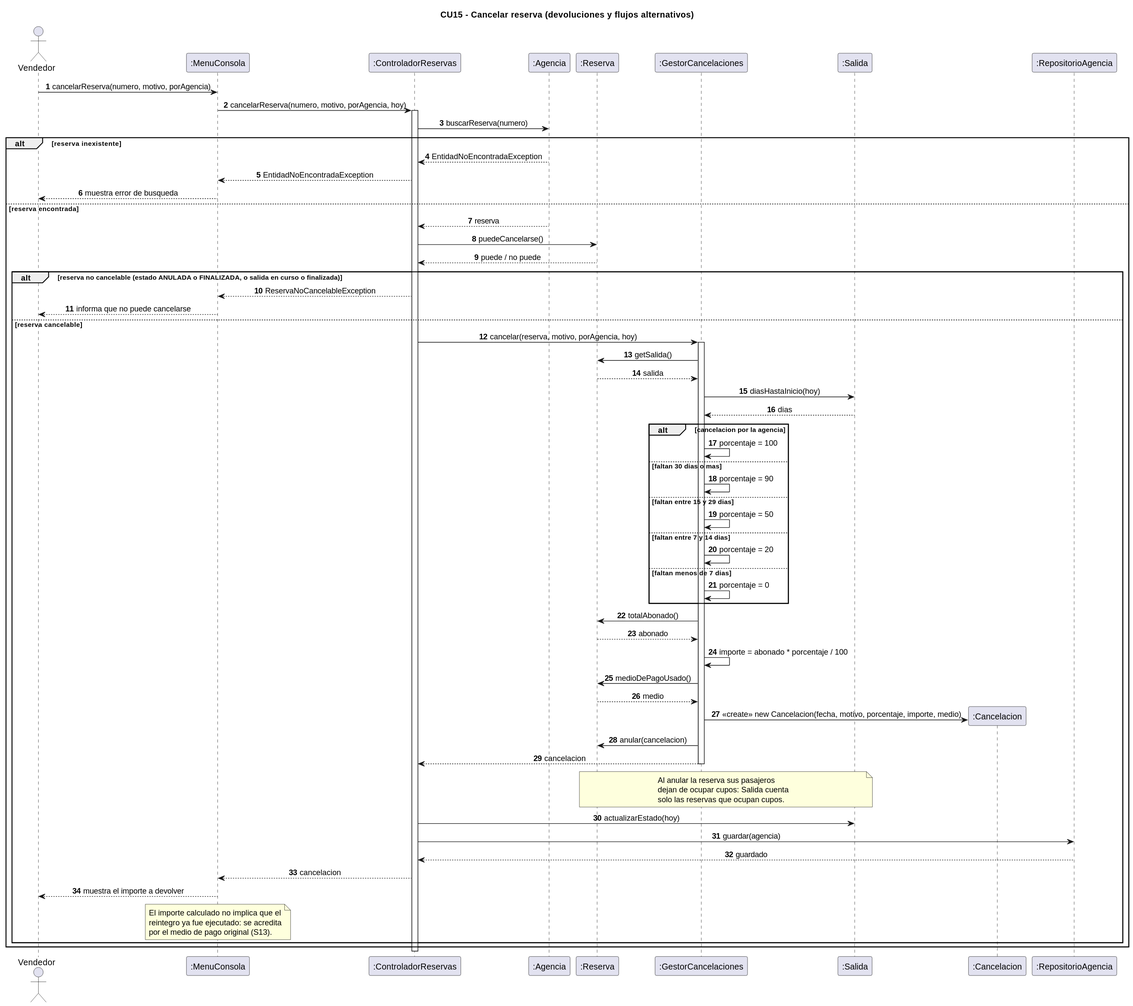
Earlier version of the PlantUML export docs/uml/03-secuencia-cancelar-reserva.svg (CarlosDanielOK/Avion).
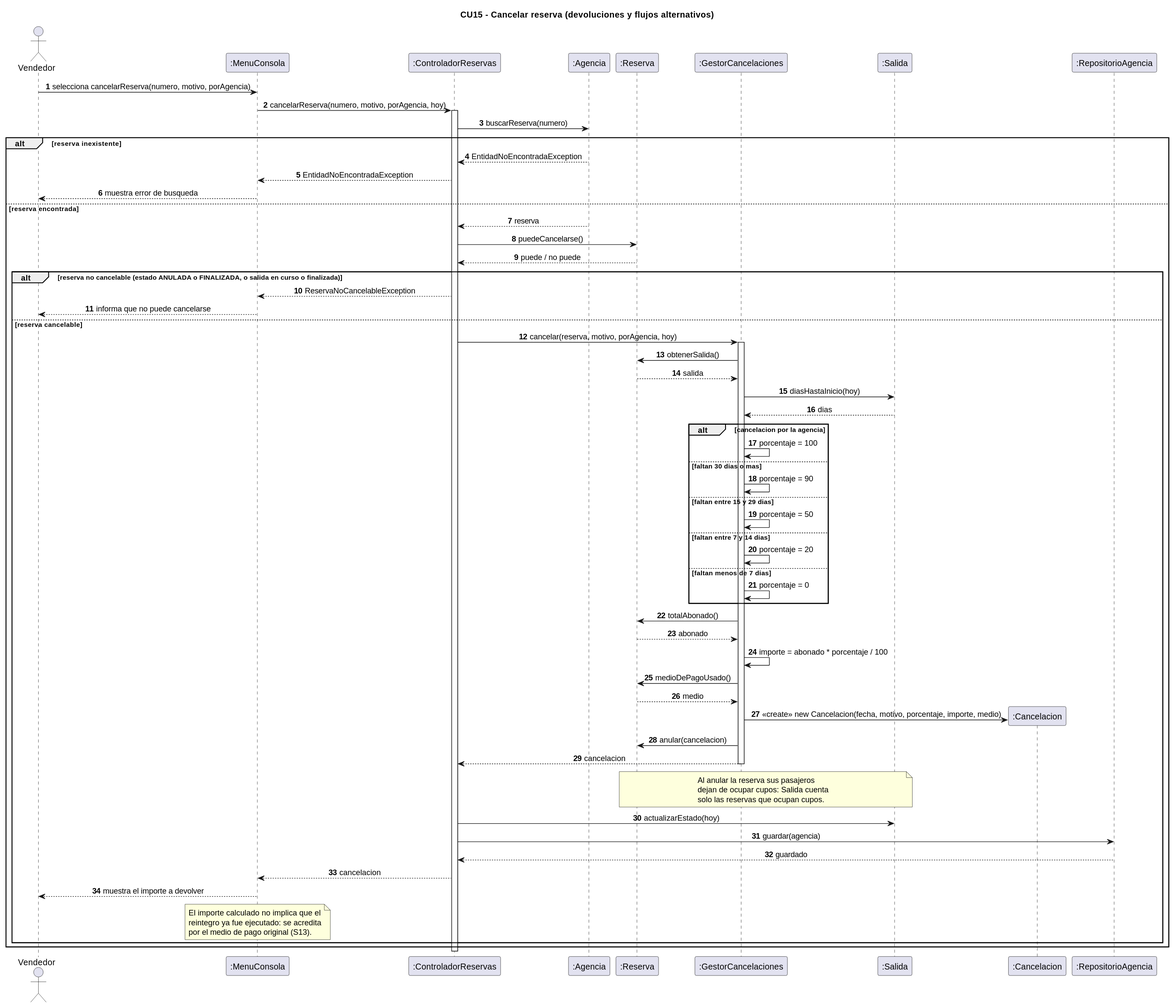
After the change.

Commit message:
Update UML documentation: change image formats and descriptions for diagrams

Diff of the diagram source:
```diff
@@ -16,7 +16,7 @@
 participant ":Cancelacion" as CAN
 participant ":RepositorioAgencia" as REPO
 
-Vendedor -> UI : cancelarReserva(numero, motivo, porAgencia)
+Vendedor -> UI : selecciona cancelarReserva(numero, motivo, porAgencia)
 UI -> CTRL : cancelarReserva(numero, motivo, porAgencia, hoy)
 activate CTRL
 
@@ -40,7 +40,7 @@
     CTRL -> GC : cancelar(reserva, motivo, porAgencia, hoy)
     activate GC
 
-    GC -> RES : getSalida()
+    GC -> RES : obtenerSalida()
     RES --> GC : salida
     GC -> SAL : diasHastaInicio(hoy)
     SAL --> GC : dias
```
